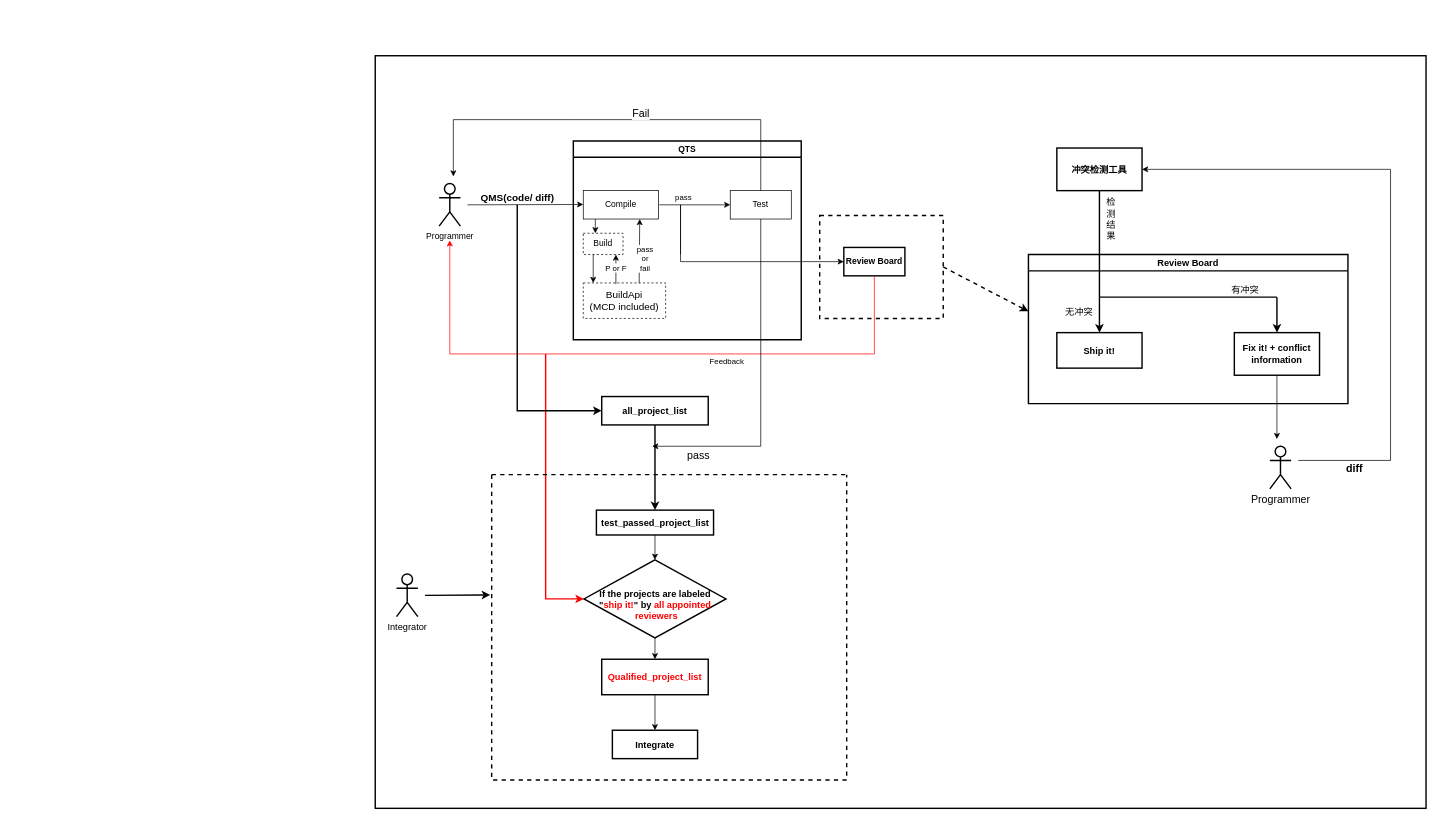
Above: Untitled Diagram.drawio in YingSi163/Effy (draw.io), before the change. Source tidied: cells renumbered, new cells numbered last; positions are measured from the earlier drawing's top-left corner, leaving out a move shared by most shapes. Both pictures are drawn from the tidied source at 71%, with x=0, y=0 at pixel (375, 55).
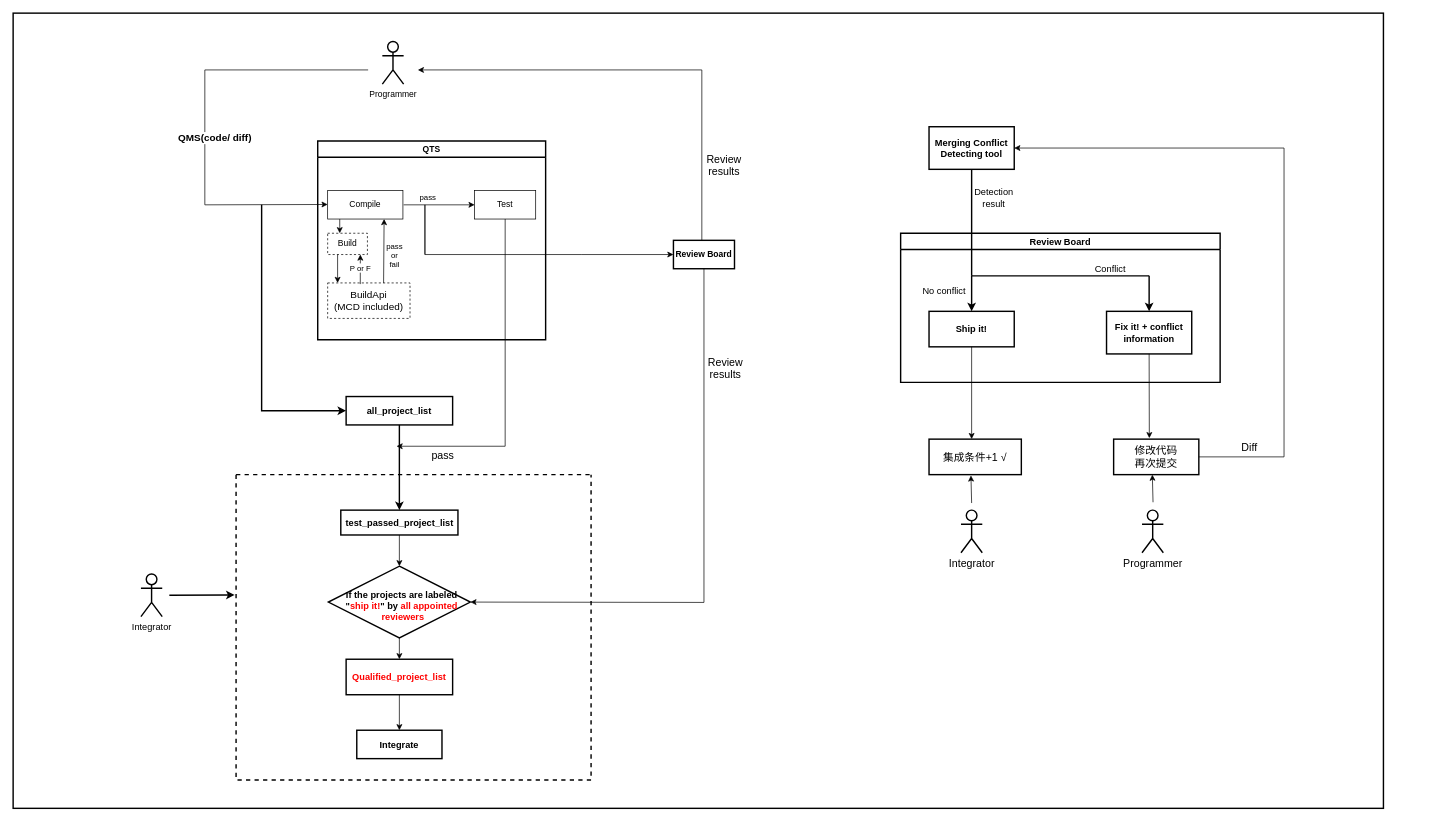
The same page after the edit.

The change refers to these unchanged cells:
```xml
<mxCell id="7" value="Test" style="whiteSpace=wrap;html=1;" parent="4" vertex="1">
  <mxGeometry x="221" y="70" width="86" height="40" as="geometry" />
</mxCell>
<mxCell id="40" style="endArrow=none;html=1;rounded=0;fontSize=13;fontColor=#000000;strokeColor=#000000;strokeWidth=2;" parent="39" edge="1">
  <mxGeometry relative="1" as="geometry">
    <mxPoint x="100" y="60" as="sourcePoint" />
    <mxPoint x="350" y="60" as="targetPoint" />
  </mxGeometry>
</mxCell>
<mxCell id="44" value="&lt;b&gt;Ship it!&lt;/b&gt;" style="rounded=0;whiteSpace=wrap;html=1;fontSize=13;fontColor=#000000;strokeWidth=2;fillColor=default;" parent="39" vertex="1">
  <mxGeometry x="40" y="110" width="120" height="50" as="geometry" />
</mxCell>
<mxCell id="46" value="&lt;b&gt;Fix it! + conflict&lt;br&gt;information&lt;br&gt;&lt;/b&gt;" style="rounded=0;whiteSpace=wrap;html=1;fontSize=13;fontColor=#000000;strokeWidth=2;fillColor=default;" parent="39" vertex="1">
  <mxGeometry x="290" y="110" width="120" height="60" as="geometry" />
</mxCell>
```

The edit, as a diff of the source:
```diff
@@
-    <mxCell id="2" style="rounded=0;whiteSpace=wrap;html=1;fontSize=15;fontColor=#000000;strokeWidth=2;fillColor=default;" parent="1" vertex="1">
-      <mxGeometry width="1480" height="1060" as="geometry" />
-    </mxCell>
+    <mxCell id="59" style="rounded=0;whiteSpace=wrap;html=1;fontSize=15;fontColor=#000000;strokeWidth=2;fillColor=default;" parent="1" vertex="1">
+      <mxGeometry x="-510" y="-60" width="1930" height="1120" as="geometry" />
+    </mxCell>
     <mxCell id="3" value="Programmer" style="shape=umlActor;verticalLabelPosition=bottom;verticalAlign=top;html=1;strokeWidth=2;" parent="1" vertex="1">
-      <mxGeometry x="90" y="180" width="30" height="60" as="geometry" />
+      <mxGeometry x="10" y="-20" width="30" height="60" as="geometry" />
     </mxCell>
     <mxCell id="4" value="QTS" style="swimlane;strokeWidth=2;" parent="1" vertex="1">
-      <mxGeometry x="279" y="120" width="321" height="280" as="geometry" />
+      <mxGeometry x="-81" y="120" width="321" height="280" as="geometry" />
     </mxCell>
@@
     <mxCell id="9" style="endArrow=classic;html=1;rounded=0;" parent="4" edge="1">
       <mxGeometry relative="1" as="geometry">
-        <mxPoint x="-149" y="90" as="sourcePoint" />
+        <mxPoint x="71" y="-100" as="sourcePoint" />
         <mxPoint x="14" y="89.5" as="targetPoint" />
+        <Array as="points">
+          <mxPoint x="-159" y="-100" />
+          <mxPoint x="-159" y="90" />
+        </Array>
       </mxGeometry>
     </mxCell>
     <mxCell id="10" value="&lt;font style=&quot;font-size: 14px&quot;&gt;QMS(code/ diff)&lt;/font&gt;" style="edgeLabel;html=1;align=center;verticalAlign=middle;fontStyle=1;" parent="9" vertex="1">
       <mxGeometry x="-0.24" y="2" relative="1" as="geometry">
-        <mxPoint x="8" y="-8" as="offset" />
+        <mxPoint x="8" y="93" as="offset" />
       </mxGeometry>
     </mxCell>
@@
     <mxCell id="16" value="&lt;b&gt;Review Board&lt;/b&gt;" style="whiteSpace=wrap;html=1;strokeWidth=2;" parent="1" vertex="1">
-      <mxGeometry x="660" y="270" width="86" height="40" as="geometry" />
+      <mxGeometry x="420" y="260" width="86" height="40" as="geometry" />
     </mxCell>
     <mxCell id="17" style="endArrow=classic;html=1;rounded=0;entryX=0;entryY=0.5;entryDx=0;entryDy=0;entryPerimeter=0;" parent="1" edge="1" target="16">
       <mxGeometry relative="1" as="geometry">
-        <mxPoint x="400" y="210" as="sourcePoint" />
+        <mxPoint x="40" y="210" as="sourcePoint" />
         <Array as="points">
-          <mxPoint x="430" y="210" />
-          <mxPoint x="430" y="280" />
-          <mxPoint x="430" y="290" />
+          <mxPoint x="70" y="210" />
+          <mxPoint x="70" y="280" />
+          <mxPoint x="290" y="280" />
         </Array>
       </mxGeometry>
     </mxCell>
     <mxCell id="18" value="pass&lt;br&gt;or&lt;br&gt;fail" style="edgeLabel;html=1;align=center;verticalAlign=middle;" parent="17" vertex="1">
       <mxGeometry x="-0.42" y="-3" relative="1" as="geometry">
-        <mxPoint x="-48" y="6" as="offset" />
+        <mxPoint x="-75" y="-3" as="offset" />
       </mxGeometry>
     </mxCell>
     <mxCell id="19" value="pass" style="edgeLabel;html=1;align=center;verticalAlign=middle;" parent="1" vertex="1">
-      <mxGeometry x="400" y="200" as="geometry">
+      <mxGeometry x="40" y="200" as="geometry">
         <mxPoint x="33" y="-1" as="offset" />
       </mxGeometry>
     </mxCell>
-    <mxCell id="20" style="endArrow=classic;html=1;rounded=0;exitX=0.5;exitY=1;exitDx=0;exitDy=0;strokeColor=#FF0000;" parent="1" edge="1" source="16">
-      <mxGeometry relative="1" as="geometry">
-        <mxPoint x="105" y="260" as="targetPoint" />
-        <Array as="points">
-          <mxPoint x="703" y="420" />
-          <mxPoint x="105" y="420" />
-        </Array>
-      </mxGeometry>
-    </mxCell>
-    <mxCell id="21" value="Feedback" style="edgeLabel;html=1;align=center;verticalAlign=middle;" parent="20" vertex="1">
-      <mxGeometry y="2" relative="1" as="geometry">
-        <mxPoint x="115" y="8" as="offset" />
-      </mxGeometry>
-    </mxCell>
-    <mxCell id="22" style="endArrow=classic;html=1;rounded=0;fontSize=13;entryX=0;entryY=0.5;entryDx=0;entryDy=0;strokeColor=#FF0000;strokeWidth=2;" parent="1" edge="1" target="25">
-      <mxGeometry relative="1" as="geometry">
-        <mxPoint x="240" y="420" as="sourcePoint" />
-        <Array as="points">
-          <mxPoint x="240" y="765" />
-        </Array>
-      </mxGeometry>
-    </mxCell>
     <mxCell id="23" style="swimlane;startSize=0;fontSize=13;strokeWidth=2;fillColor=default;dashed=1;" parent="1" vertex="1">
-      <mxGeometry x="164" y="590" width="500" height="430" as="geometry" />
+      <mxGeometry x="-196" y="590" width="500" height="430" as="geometry" />
     </mxCell>
@@
     <mxCell id="25" style="rhombus;whiteSpace=wrap;html=1;fontSize=13;strokeWidth=2;fillColor=default;" parent="23" vertex="1">
-      <mxGeometry x="130" y="120" width="200" height="110" as="geometry" />
+      <mxGeometry x="130" y="129" width="200" height="101" as="geometry" />
     </mxCell>
@@
     <mxCell id="29" value="&lt;font style=&quot;font-size: 13px&quot;&gt;&lt;b&gt;If the projects are labeled &lt;br&gt;&quot;&lt;font color=&quot;#ff0000&quot;&gt;ship it!&lt;/font&gt;&quot; by &lt;font color=&quot;#ff0000&quot;&gt;all appointed&lt;br&gt;&amp;nbsp;reviewers&lt;/font&gt;&lt;/b&gt;&lt;/font&gt;" style="text;html=1;align=center;verticalAlign=middle;strokeColor=none;fillColor=none;fontSize=13;" parent="23" vertex="1">
-      <mxGeometry x="145" y="159" width="170" height="50" as="geometry" />
+      <mxGeometry x="147.5" y="160" width="170" height="50" as="geometry" />
     </mxCell>
@@
     <mxCell id="33" value="Integrator" style="shape=umlActor;verticalLabelPosition=bottom;verticalAlign=top;html=1;fontSize=13;strokeWidth=2;fillColor=default;" parent="1" vertex="1">
-      <mxGeometry x="30" y="730" width="30" height="60" as="geometry" />
+      <mxGeometry x="-330" y="730" width="30" height="60" as="geometry" />
     </mxCell>
     <mxCell id="34" style="endArrow=classic;html=1;rounded=0;fontSize=13;fontColor=#FF0000;strokeColor=#000000;strokeWidth=2;entryX=-0.004;entryY=0.394;entryDx=0;entryDy=0;entryPerimeter=0;" parent="1" edge="1" target="23">
       <mxGeometry relative="1" as="geometry">
-        <mxPoint x="70" y="760" as="sourcePoint" />
+        <mxPoint x="-290" y="760" as="sourcePoint" />
       </mxGeometry>
     </mxCell>
     <mxCell id="35" style="endArrow=classic;html=1;rounded=0;fontSize=13;fontColor=#FF0000;strokeColor=#000000;strokeWidth=2;entryX=0;entryY=0.5;entryDx=0;entryDy=0;" parent="1" edge="1" target="36">
       <mxGeometry relative="1" as="geometry">
-        <mxPoint x="200" y="210" as="sourcePoint" />
+        <mxPoint x="-160" y="210" as="sourcePoint" />
         <Array as="points">
-          <mxPoint x="200" y="500" />
+          <mxPoint x="-160" y="500" />
         </Array>
       </mxGeometry>
     </mxCell>
     <mxCell id="36" value="&lt;font style=&quot;font-size: 13px&quot;&gt;&lt;b&gt;all_project_list&lt;/b&gt;&lt;/font&gt;" style="rounded=0;whiteSpace=wrap;html=1;strokeWidth=2;fillColor=default;" parent="1" vertex="1">
-      <mxGeometry x="319" y="480" width="150" height="40" as="geometry" />
+      <mxGeometry x="-41" y="480" width="150" height="40" as="geometry" />
     </mxCell>
-    <mxCell id="37" style="rounded=0;whiteSpace=wrap;html=1;fontSize=13;fontColor=#FF0000;strokeWidth=2;fillColor=none;dashed=1;" parent="1" vertex="1">
-      <mxGeometry x="626" y="225" width="174" height="145" as="geometry" />
-    </mxCell>
-    <mxCell id="38" style="endArrow=classic;html=1;rounded=0;fontSize=13;fontColor=#FF0000;strokeColor=#000000;strokeWidth=2;exitX=1;exitY=0.5;exitDx=0;exitDy=0;dashed=1;" parent="1" edge="1" source="37">
-      <mxGeometry relative="1" as="geometry">
-        <mxPoint x="920" y="360" as="targetPoint" />
-      </mxGeometry>
-    </mxCell>
     <mxCell id="39" value="Review Board" style="swimlane;fontSize=13;fontColor=#000000;strokeWidth=2;fillColor=none;" parent="1" vertex="1">
-      <mxGeometry x="920" y="280" width="450" height="210" as="geometry" />
+      <mxGeometry x="740" y="250" width="450" height="210" as="geometry" />
     </mxCell>
@@
-    <mxCell id="41" value="无冲突" style="edgeLabel;html=1;align=center;verticalAlign=middle;fontSize=13;fontColor=#000000;" parent="40" vertex="1">
+    <mxCell id="41" value="No conflict" style="edgeLabel;html=1;align=center;verticalAlign=middle;fontSize=13;fontColor=#000000;" parent="40" vertex="1">
       <mxGeometry x="-0.69" y="1" relative="1" as="geometry">
-        <mxPoint x="-69" y="21" as="offset" />
+        <mxPoint x="-79" y="21" as="offset" />
       </mxGeometry>
     </mxCell>
@@
-    <mxCell id="45" value="有冲突" style="text;html=1;align=center;verticalAlign=middle;strokeColor=none;fillColor=none;fontSize=13;fontColor=#000000;" parent="39" vertex="1">
-      <mxGeometry x="280" y="40" width="50" height="20" as="geometry" />
+    <mxCell id="45" value="Conflict" style="text;html=1;align=center;verticalAlign=middle;strokeColor=none;fillColor=none;fontSize=13;fontColor=#000000;" parent="39" vertex="1">
+      <mxGeometry x="265" y="40" width="60" height="20" as="geometry" />
     </mxCell>
@@
-    <mxCell id="47" value="&lt;b&gt;冲突检测工具&lt;/b&gt;" style="rounded=0;whiteSpace=wrap;html=1;fontSize=13;fontColor=#000000;strokeWidth=2;fillColor=default;" parent="1" vertex="1">
-      <mxGeometry x="960" y="130" width="120" height="60" as="geometry" />
+    <mxCell id="47" value="&lt;b&gt;Merging Conflict&lt;br&gt;Detecting tool&lt;br&gt;&lt;/b&gt;" style="rounded=0;whiteSpace=wrap;html=1;fontSize=13;fontColor=#000000;strokeWidth=2;fillColor=default;" parent="1" vertex="1">
+      <mxGeometry x="780" y="100" width="120" height="60" as="geometry" />
     </mxCell>
     <mxCell id="48" style="endArrow=none;html=1;rounded=0;fontSize=13;fontColor=#000000;strokeColor=#000000;strokeWidth=2;entryX=0.5;entryY=1;entryDx=0;entryDy=0;" parent="1" edge="1" target="47">
       <mxGeometry relative="1" as="geometry">
-        <mxPoint x="1020" y="340" as="sourcePoint" />
+        <mxPoint x="840" y="310" as="sourcePoint" />
       </mxGeometry>
     </mxCell>
-    <mxCell id="49" value="检&lt;br&gt;测&lt;br&gt;结&lt;br&gt;果" style="edgeLabel;html=1;align=center;verticalAlign=middle;fontSize=13;fontColor=#000000;" parent="48" vertex="1">
+    <mxCell id="49" value="Detection&lt;br&gt;result" style="edgeLabel;html=1;align=center;verticalAlign=middle;fontSize=13;fontColor=#000000;" parent="48" vertex="1">
       <mxGeometry x="0.5" y="2" relative="1" as="geometry">
-        <mxPoint x="17" y="2" as="offset" />
+        <mxPoint x="32" y="2" as="offset" />
       </mxGeometry>
     </mxCell>
@@
     <mxCell id="51" style="endArrow=classic;html=1;rounded=0;fontSize=14;fontColor=#000000;strokeColor=#000000;strokeWidth=1;exitX=0.5;exitY=1;exitDx=0;exitDy=0;" parent="1" edge="1" source="7">
       <mxGeometry relative="1" as="geometry">
-        <mxPoint x="390" y="550" as="targetPoint" />
+        <mxPoint x="30" y="550" as="targetPoint" />
         <Array as="points">
-          <mxPoint x="543" y="550" />
+          <mxPoint x="183" y="550" />
         </Array>
       </mxGeometry>
     </mxCell>
@@
-    <mxCell id="53" style="endArrow=classic;html=1;rounded=0;fontSize=15;fontColor=#000000;strokeColor=#000000;strokeWidth=1;exitX=0.5;exitY=0;exitDx=0;exitDy=0;" parent="1" edge="1" source="7">
-      <mxGeometry relative="1" as="geometry">
-        <mxPoint x="110" y="170" as="targetPoint" />
-        <Array as="points">
-          <mxPoint x="543" y="90" />
-          <mxPoint x="280" y="90" />
-          <mxPoint x="110" y="90" />
-        </Array>
-      </mxGeometry>
-    </mxCell>
-    <mxCell id="54" value="Fail" style="edgeLabel;html=1;align=center;verticalAlign=middle;fontSize=15;fontColor=#000000;" parent="53" vertex="1">
-      <mxGeometry x="-0.18" y="-1" relative="1" as="geometry">
-        <mxPoint x="-19" y="-9" as="offset" />
-      </mxGeometry>
-    </mxCell>
+    <mxCell id="60" style="endArrow=classic;html=1;rounded=0;fontSize=15;fontColor=#000000;strokeColor=#000000;strokeWidth=1;" parent="1" edge="1">
+      <mxGeometry relative="1" as="geometry">
+        <mxPoint x="460" y="260" as="sourcePoint" />
+        <mxPoint x="60" y="20" as="targetPoint" />
+        <Array as="points">
+          <mxPoint x="460" y="20" />
+        </Array>
+      </mxGeometry>
+    </mxCell>
+    <mxCell id="61" value="Review &lt;br&gt;results" style="edgeLabel;html=1;align=center;verticalAlign=middle;fontSize=15;fontColor=#000000;" parent="60" vertex="1">
+      <mxGeometry x="-0.7" y="-6" relative="1" as="geometry">
+        <mxPoint x="24" y="-11" as="offset" />
+      </mxGeometry>
+    </mxCell>
+    <mxCell id="62" style="endArrow=classic;html=1;rounded=0;fontSize=15;fontColor=#000000;strokeColor=#000000;strokeWidth=1;exitX=0.5;exitY=1;exitDx=0;exitDy=0;entryX=1;entryY=0.5;entryDx=0;entryDy=0;" parent="1" edge="1" source="16" target="25">
+      <mxGeometry relative="1" as="geometry">
+        <Array as="points">
+          <mxPoint x="463" y="770" />
+        </Array>
+      </mxGeometry>
+    </mxCell>
+    <mxCell id="63" value="Review &lt;br&gt;results" style="edgeLabel;html=1;align=center;verticalAlign=middle;fontSize=15;fontColor=#000000;" parent="1" vertex="1">
+      <mxGeometry x="490" y="440" as="geometry">
+        <mxPoint x="2" y="-1" as="offset" />
+      </mxGeometry>
+    </mxCell>
+    <mxCell id="64" style="endArrow=classic;html=1;rounded=0;fontSize=15;fontColor=#000000;strokeColor=#000000;strokeWidth=1;exitX=0.5;exitY=1;exitDx=0;exitDy=0;" parent="1" edge="1" source="44">
+      <mxGeometry relative="1" as="geometry">
+        <mxPoint x="840" y="540" as="targetPoint" />
+      </mxGeometry>
+    </mxCell>
+    <mxCell id="65" value="集成条件+1 √" style="rounded=0;whiteSpace=wrap;html=1;fontSize=15;fontColor=#000000;strokeWidth=2;fillColor=default;" parent="1" vertex="1">
+      <mxGeometry x="780" y="540" width="130" height="50" as="geometry" />
+    </mxCell>
+    <mxCell id="66" value="修改代码&lt;br&gt;再次提交" style="rounded=0;whiteSpace=wrap;html=1;fontSize=15;fontColor=#000000;strokeWidth=2;fillColor=default;" parent="1" vertex="1">
+      <mxGeometry x="1040" y="540" width="120" height="50" as="geometry" />
+    </mxCell>
+    <mxCell id="67" style="endArrow=classic;html=1;rounded=0;fontSize=15;fontColor=#000000;strokeColor=#000000;strokeWidth=1;exitX=0.5;exitY=1;exitDx=0;exitDy=0;entryX=0.419;entryY=-0.027;entryDx=0;entryDy=0;entryPerimeter=0;" parent="1" edge="1" source="46" target="66">
+      <mxGeometry relative="1" as="geometry" />
+    </mxCell>
+    <mxCell id="68" style="endArrow=classic;html=1;rounded=0;fontSize=15;fontColor=#000000;strokeColor=#000000;strokeWidth=1;exitX=1;exitY=0.5;exitDx=0;exitDy=0;entryX=1;entryY=0.5;entryDx=0;entryDy=0;" parent="1" edge="1" source="66" target="47">
+      <mxGeometry relative="1" as="geometry">
+        <Array as="points">
+          <mxPoint x="1280" y="565" />
+          <mxPoint x="1280" y="130" />
+        </Array>
+      </mxGeometry>
+    </mxCell>
+    <mxCell id="69" value="Diff" style="edgeLabel;html=1;align=center;verticalAlign=middle;fontSize=15;fontColor=#000000;" parent="68" vertex="1">
+      <mxGeometry x="-0.83" y="-2" relative="1" as="geometry">
+        <mxPoint x="-9" y="-17" as="offset" />
+      </mxGeometry>
+    </mxCell>
+    <mxCell id="70" value="Integrator" style="shape=umlActor;verticalLabelPosition=bottom;verticalAlign=top;html=1;fontSize=15;fontColor=#000000;strokeWidth=2;fillColor=default;" parent="1" vertex="1">
+      <mxGeometry x="825" y="640" width="30" height="60" as="geometry" />
+    </mxCell>
     <mxCell id="55" value="Programmer" style="shape=umlActor;verticalLabelPosition=bottom;verticalAlign=top;html=1;fontSize=15;fontColor=#000000;strokeWidth=2;fillColor=default;" parent="1" vertex="1">
-      <mxGeometry x="1260" y="550" width="30" height="60" as="geometry" />
+      <mxGeometry x="1080" y="640" width="30" height="60" as="geometry" />
     </mxCell>
-    <mxCell id="56" style="endArrow=classic;html=1;rounded=0;fontSize=15;fontColor=#000000;strokeColor=#000000;strokeWidth=1;exitX=0.5;exitY=1;exitDx=0;exitDy=0;" parent="1" edge="1" source="46">
-      <mxGeometry relative="1" as="geometry">
-        <mxPoint x="1270" y="540" as="targetPoint" />
-      </mxGeometry>
-    </mxCell>
-    <mxCell id="57" style="endArrow=classic;html=1;rounded=0;fontSize=15;fontColor=#000000;strokeColor=#000000;strokeWidth=1;entryX=1;entryY=0.5;entryDx=0;entryDy=0;" parent="1" edge="1" target="47">
-      <mxGeometry relative="1" as="geometry">
-        <mxPoint x="1300" y="570" as="sourcePoint" />
-        <Array as="points">
-          <mxPoint x="1430" y="570" />
-          <mxPoint x="1430" y="160" />
-        </Array>
-      </mxGeometry>
-    </mxCell>
-    <mxCell id="58" value="diff" style="edgeLabel;html=1;align=center;verticalAlign=middle;fontSize=15;fontColor=#000000;fontStyle=1;" parent="57" vertex="1">
-      <mxGeometry x="-0.83" y="1" relative="1" as="geometry">
-        <mxPoint x="2" y="11" as="offset" />
-      </mxGeometry>
-    </mxCell>
+    <mxCell id="71" style="endArrow=classic;html=1;rounded=0;fontSize=15;fontColor=#000000;strokeColor=#000000;strokeWidth=1;entryX=0.454;entryY=1.023;entryDx=0;entryDy=0;entryPerimeter=0;" parent="1" edge="1" target="65">
+      <mxGeometry relative="1" as="geometry">
+        <mxPoint x="840" y="630" as="sourcePoint" />
+      </mxGeometry>
+    </mxCell>
+    <mxCell id="72" style="endArrow=classic;html=1;rounded=0;fontSize=15;fontColor=#000000;strokeColor=#000000;strokeWidth=1;entryX=0.454;entryY=1.023;entryDx=0;entryDy=0;entryPerimeter=0;" parent="1" edge="1">
+      <mxGeometry relative="1" as="geometry">
+        <mxPoint x="1095.5" y="628.9" as="sourcePoint" />
+        <mxPoint x="1094.5" y="590" as="targetPoint" />
+      </mxGeometry>
+    </mxCell>
```
